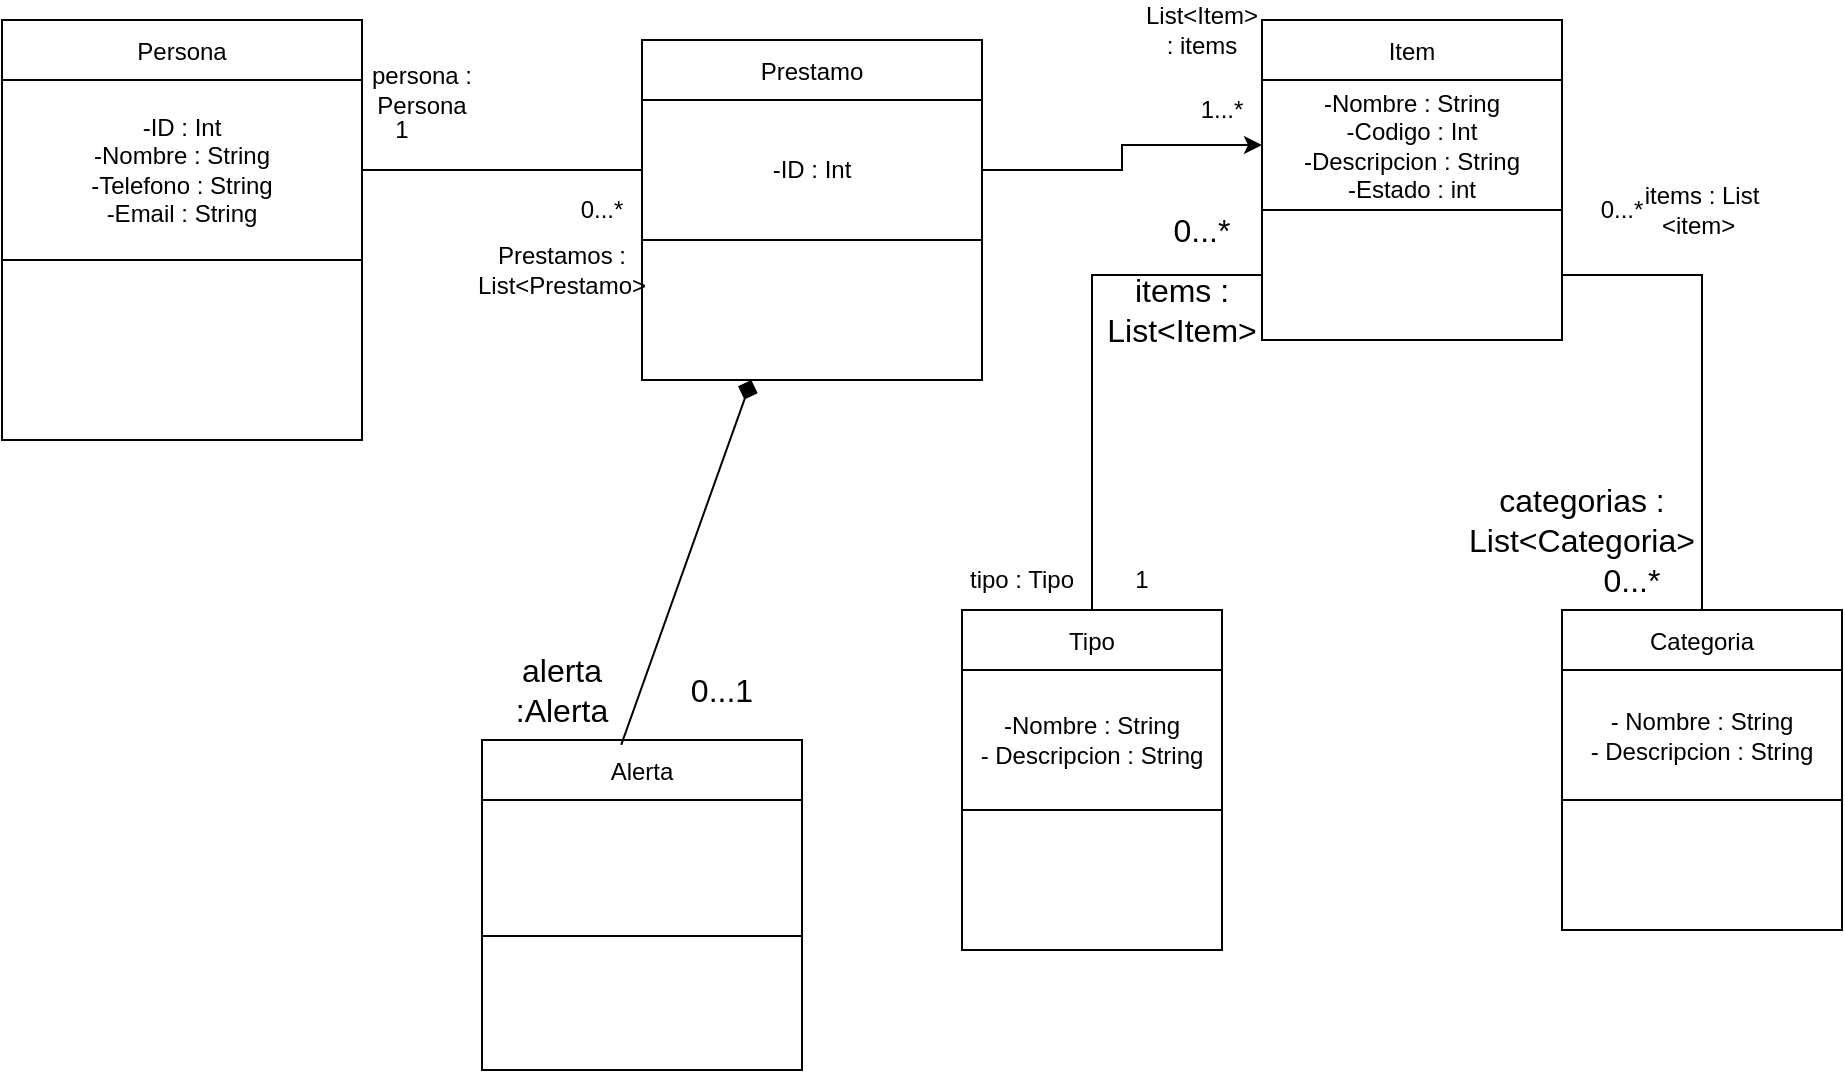
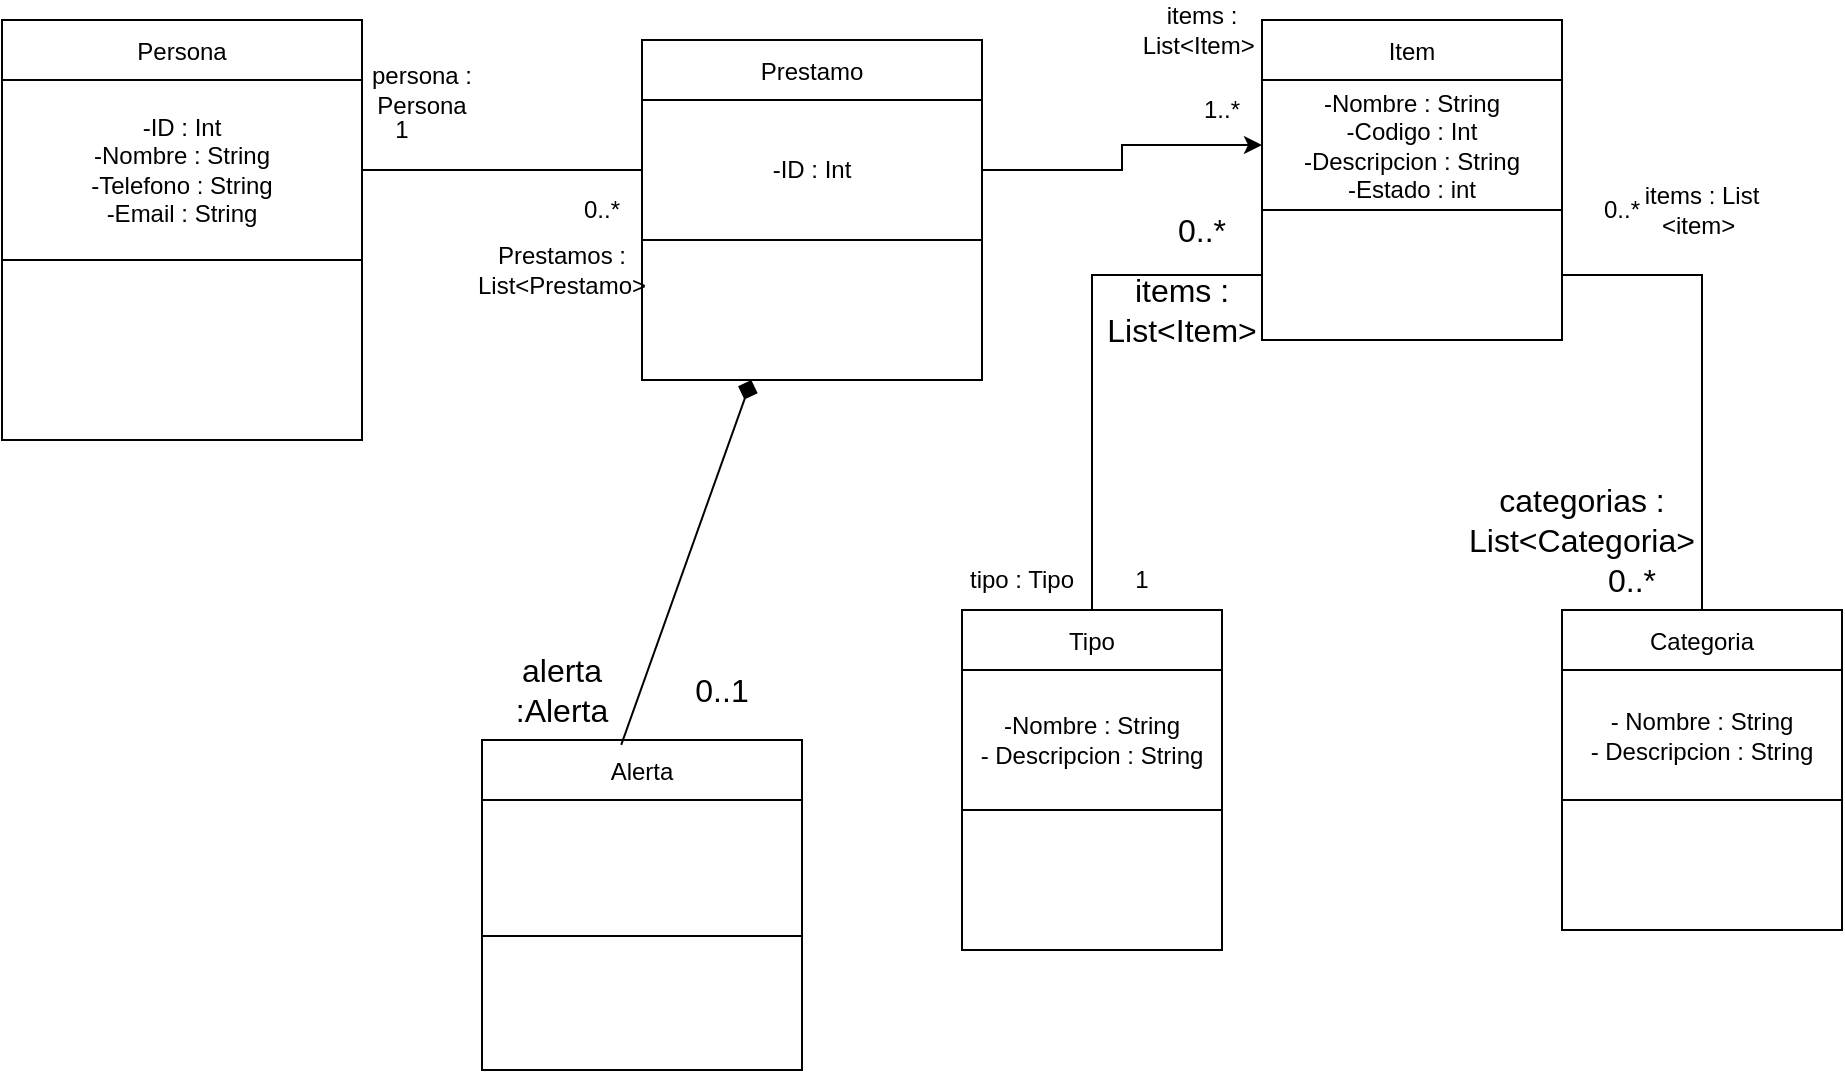
<mxfile host="app.diagrams.net">
  <diagram name="Página-1" id="gEKF-afSuJBGgSwqPxjD">
-     <mxGraphModel dx="1159" dy="699" grid="1" gridSize="10" guides="1" tooltips="1" connect="1" arrows="1" fold="1" page="1" pageScale="1" pageWidth="827" pageHeight="1169" math="0" shadow="0">
+     <mxGraphModel dx="419" dy="253" grid="1" gridSize="10" guides="1" tooltips="1" connect="1" arrows="1" fold="1" page="1" pageScale="1" pageWidth="827" pageHeight="1169" math="0" shadow="0">
      <root>
        <mxCell id="0" />
        <mxCell id="1" parent="0" />
        <mxCell id="4vyR8nRWui6VSePEdvpd-1" parent="1" style="shape=table;startSize=30;container=1;collapsible=0;childLayout=tableLayout;fixedHeader=1;" value="Item" vertex="1">
          <mxGeometry height="160" width="150" x="650" y="40" as="geometry" />
        </mxCell>
        <mxCell id="4vyR8nRWui6VSePEdvpd-2" parent="4vyR8nRWui6VSePEdvpd-1" style="shape=tableRow;horizontal=0;startSize=0;swimlaneHead=0;swimlaneBody=0;strokeColor=inherit;top=0;left=0;bottom=0;right=0;collapsible=0;dropTarget=0;fillColor=none;points=[[0,0.5],[1,0.5]];portConstraint=eastwest;fixedHeader=1;" value="" vertex="1">
          <mxGeometry height="65" width="150" y="30" as="geometry" />
        </mxCell>
        <mxCell id="4vyR8nRWui6VSePEdvpd-3" parent="4vyR8nRWui6VSePEdvpd-2" style="shape=partialRectangle;html=1;whiteSpace=wrap;connectable=0;strokeColor=inherit;overflow=hidden;fillColor=none;top=0;left=0;bottom=0;right=0;pointerEvents=1;" value="-Nombre : String&lt;div&gt;-Codigo : Int&lt;/div&gt;&lt;div&gt;-Descripcion : String&lt;br&gt;-Estado : int&lt;/div&gt;" vertex="1">
          <mxGeometry height="65" width="150" as="geometry">
            <mxRectangle height="65" width="150" as="alternateBounds" />
          </mxGeometry>
        </mxCell>
        <mxCell id="4vyR8nRWui6VSePEdvpd-4" parent="4vyR8nRWui6VSePEdvpd-1" style="shape=tableRow;horizontal=0;startSize=0;swimlaneHead=0;swimlaneBody=0;strokeColor=inherit;top=0;left=0;bottom=0;right=0;collapsible=0;dropTarget=0;fillColor=none;points=[[0,0.5],[1,0.5]];portConstraint=eastwest;fixedHeader=1;" value="" vertex="1">
          <mxGeometry height="65" width="150" y="95" as="geometry" />
        </mxCell>
        <mxCell id="4vyR8nRWui6VSePEdvpd-5" parent="4vyR8nRWui6VSePEdvpd-4" style="shape=partialRectangle;html=1;whiteSpace=wrap;connectable=0;strokeColor=inherit;overflow=hidden;fillColor=none;top=0;left=0;bottom=0;right=0;pointerEvents=1;" value="" vertex="1">
          <mxGeometry height="65" width="150" as="geometry">
            <mxRectangle height="65" width="150" as="alternateBounds" />
          </mxGeometry>
        </mxCell>
        <mxCell id="4vyR8nRWui6VSePEdvpd-6" parent="1" style="shape=table;startSize=30;container=1;collapsible=0;childLayout=tableLayout;fixedHeader=1;" value="Persona" vertex="1">
          <mxGeometry height="210" width="180" x="20" y="40" as="geometry" />
        </mxCell>
        <mxCell id="4vyR8nRWui6VSePEdvpd-7" parent="4vyR8nRWui6VSePEdvpd-6" style="shape=tableRow;horizontal=0;startSize=0;swimlaneHead=0;swimlaneBody=0;strokeColor=inherit;top=0;left=0;bottom=0;right=0;collapsible=0;dropTarget=0;fillColor=none;points=[[0,0.5],[1,0.5]];portConstraint=eastwest;fixedHeader=1;" value="" vertex="1">
          <mxGeometry height="90" width="180" y="30" as="geometry" />
        </mxCell>
        <mxCell id="4vyR8nRWui6VSePEdvpd-8" parent="4vyR8nRWui6VSePEdvpd-7" style="shape=partialRectangle;html=1;whiteSpace=wrap;connectable=0;strokeColor=inherit;overflow=hidden;fillColor=none;top=0;left=0;bottom=0;right=0;pointerEvents=1;" value="-ID : Int&lt;div&gt;-Nombre : String&lt;br&gt;-Telefono : String&lt;br&gt;-Email : String&lt;/div&gt;" vertex="1">
          <mxGeometry height="90" width="180" as="geometry">
            <mxRectangle height="90" width="180" as="alternateBounds" />
          </mxGeometry>
        </mxCell>
        <mxCell id="4vyR8nRWui6VSePEdvpd-9" parent="4vyR8nRWui6VSePEdvpd-6" style="shape=tableRow;horizontal=0;startSize=0;swimlaneHead=0;swimlaneBody=0;strokeColor=inherit;top=0;left=0;bottom=0;right=0;collapsible=0;dropTarget=0;fillColor=none;points=[[0,0.5],[1,0.5]];portConstraint=eastwest;fixedHeader=1;" value="" vertex="1">
          <mxGeometry height="90" width="180" y="120" as="geometry" />
        </mxCell>
        <mxCell id="4vyR8nRWui6VSePEdvpd-10" parent="4vyR8nRWui6VSePEdvpd-9" style="shape=partialRectangle;html=1;whiteSpace=wrap;connectable=0;strokeColor=inherit;overflow=hidden;fillColor=none;top=0;left=0;bottom=0;right=0;pointerEvents=1;" value="" vertex="1">
          <mxGeometry height="90" width="180" as="geometry">
            <mxRectangle height="90" width="180" as="alternateBounds" />
          </mxGeometry>
        </mxCell>
        <mxCell id="4vyR8nRWui6VSePEdvpd-11" parent="1" style="shape=table;startSize=30;container=1;collapsible=0;childLayout=tableLayout;fixedHeader=1;" value="Tipo" vertex="1">
          <mxGeometry height="170" width="130" x="500" y="335" as="geometry" />
        </mxCell>
        <mxCell id="4vyR8nRWui6VSePEdvpd-12" parent="4vyR8nRWui6VSePEdvpd-11" style="shape=tableRow;horizontal=0;startSize=0;swimlaneHead=0;swimlaneBody=0;strokeColor=inherit;top=0;left=0;bottom=0;right=0;collapsible=0;dropTarget=0;fillColor=none;points=[[0,0.5],[1,0.5]];portConstraint=eastwest;fixedHeader=1;" value="" vertex="1">
          <mxGeometry height="70" width="130" y="30" as="geometry" />
        </mxCell>
        <mxCell id="4vyR8nRWui6VSePEdvpd-13" parent="4vyR8nRWui6VSePEdvpd-12" style="shape=partialRectangle;html=1;whiteSpace=wrap;connectable=0;strokeColor=inherit;overflow=hidden;fillColor=none;top=0;left=0;bottom=0;right=0;pointerEvents=1;" value="-Nombre : String&lt;br&gt;- Descripcion : String" vertex="1">
          <mxGeometry height="70" width="130" as="geometry">
            <mxRectangle height="70" width="130" as="alternateBounds" />
          </mxGeometry>
        </mxCell>
        <mxCell id="4vyR8nRWui6VSePEdvpd-14" parent="4vyR8nRWui6VSePEdvpd-11" style="shape=tableRow;horizontal=0;startSize=0;swimlaneHead=0;swimlaneBody=0;strokeColor=inherit;top=0;left=0;bottom=0;right=0;collapsible=0;dropTarget=0;fillColor=none;points=[[0,0.5],[1,0.5]];portConstraint=eastwest;fixedHeader=1;" value="" vertex="1">
          <mxGeometry height="70" width="130" y="100" as="geometry" />
        </mxCell>
        <mxCell id="4vyR8nRWui6VSePEdvpd-15" parent="4vyR8nRWui6VSePEdvpd-14" style="shape=partialRectangle;html=1;whiteSpace=wrap;connectable=0;strokeColor=inherit;overflow=hidden;fillColor=none;top=0;left=0;bottom=0;right=0;pointerEvents=1;" value="" vertex="1">
          <mxGeometry height="70" width="130" as="geometry">
            <mxRectangle height="70" width="130" as="alternateBounds" />
          </mxGeometry>
        </mxCell>
        <mxCell id="yxXcuck7RKNR2Met1NWS-10" edge="1" parent="1" source="4vyR8nRWui6VSePEdvpd-16" style="edgeStyle=orthogonalEdgeStyle;rounded=0;orthogonalLoop=1;jettySize=auto;html=1;entryX=1;entryY=0.5;entryDx=0;entryDy=0;endArrow=none;endFill=0;" target="4vyR8nRWui6VSePEdvpd-4">
          <mxGeometry relative="1" as="geometry">
            <mxPoint x="730" y="210" as="targetPoint" />
          </mxGeometry>
        </mxCell>
        <mxCell id="4vyR8nRWui6VSePEdvpd-16" parent="1" style="shape=table;startSize=30;container=1;collapsible=0;childLayout=tableLayout;fixedHeader=1;" value="Categoria" vertex="1">
          <mxGeometry height="160" width="140" x="800" y="335" as="geometry" />
        </mxCell>
        <mxCell id="4vyR8nRWui6VSePEdvpd-17" parent="4vyR8nRWui6VSePEdvpd-16" style="shape=tableRow;horizontal=0;startSize=0;swimlaneHead=0;swimlaneBody=0;strokeColor=inherit;top=0;left=0;bottom=0;right=0;collapsible=0;dropTarget=0;fillColor=none;points=[[0,0.5],[1,0.5]];portConstraint=eastwest;fixedHeader=1;" value="" vertex="1">
          <mxGeometry height="65" width="140" y="30" as="geometry" />
        </mxCell>
        <mxCell id="4vyR8nRWui6VSePEdvpd-18" parent="4vyR8nRWui6VSePEdvpd-17" style="shape=partialRectangle;html=1;whiteSpace=wrap;connectable=0;strokeColor=inherit;overflow=hidden;fillColor=none;top=0;left=0;bottom=0;right=0;pointerEvents=1;" value="- Nombre : String&lt;br&gt;- Descripcion : String" vertex="1">
          <mxGeometry height="65" width="140" as="geometry">
            <mxRectangle height="65" width="140" as="alternateBounds" />
          </mxGeometry>
        </mxCell>
        <mxCell id="4vyR8nRWui6VSePEdvpd-19" parent="4vyR8nRWui6VSePEdvpd-16" style="shape=tableRow;horizontal=0;startSize=0;swimlaneHead=0;swimlaneBody=0;strokeColor=inherit;top=0;left=0;bottom=0;right=0;collapsible=0;dropTarget=0;fillColor=none;points=[[0,0.5],[1,0.5]];portConstraint=eastwest;fixedHeader=1;" value="" vertex="1">
          <mxGeometry height="65" width="140" y="95" as="geometry" />
        </mxCell>
        <mxCell id="4vyR8nRWui6VSePEdvpd-20" parent="4vyR8nRWui6VSePEdvpd-19" style="shape=partialRectangle;html=1;whiteSpace=wrap;connectable=0;strokeColor=inherit;overflow=hidden;fillColor=none;top=0;left=0;bottom=0;right=0;pointerEvents=1;" value="" vertex="1">
          <mxGeometry height="65" width="140" as="geometry">
            <mxRectangle height="65" width="140" as="alternateBounds" />
          </mxGeometry>
        </mxCell>
        <mxCell id="4vyR8nRWui6VSePEdvpd-21" parent="1" style="shape=table;startSize=30;container=1;collapsible=0;childLayout=tableLayout;fixedHeader=1;" value="Prestamo" vertex="1">
          <mxGeometry height="170" width="170" x="340" y="50" as="geometry" />
        </mxCell>
        <mxCell id="4vyR8nRWui6VSePEdvpd-22" parent="4vyR8nRWui6VSePEdvpd-21" style="shape=tableRow;horizontal=0;startSize=0;swimlaneHead=0;swimlaneBody=0;strokeColor=inherit;top=0;left=0;bottom=0;right=0;collapsible=0;dropTarget=0;fillColor=none;points=[[0,0.5],[1,0.5]];portConstraint=eastwest;fixedHeader=1;" value="" vertex="1">
          <mxGeometry height="70" width="170" y="30" as="geometry" />
        </mxCell>
        <mxCell id="4vyR8nRWui6VSePEdvpd-23" parent="4vyR8nRWui6VSePEdvpd-22" style="shape=partialRectangle;html=1;whiteSpace=wrap;connectable=0;strokeColor=inherit;overflow=hidden;fillColor=none;top=0;left=0;bottom=0;right=0;pointerEvents=1;" value="-ID : Int" vertex="1">
          <mxGeometry height="70" width="170" as="geometry">
            <mxRectangle height="70" width="170" as="alternateBounds" />
          </mxGeometry>
        </mxCell>
        <mxCell id="4vyR8nRWui6VSePEdvpd-24" parent="4vyR8nRWui6VSePEdvpd-21" style="shape=tableRow;horizontal=0;startSize=0;swimlaneHead=0;swimlaneBody=0;strokeColor=inherit;top=0;left=0;bottom=0;right=0;collapsible=0;dropTarget=0;fillColor=none;points=[[0,0.5],[1,0.5]];portConstraint=eastwest;fixedHeader=1;" value="" vertex="1">
          <mxGeometry height="70" width="170" y="100" as="geometry" />
        </mxCell>
        <mxCell id="4vyR8nRWui6VSePEdvpd-25" parent="4vyR8nRWui6VSePEdvpd-24" style="shape=partialRectangle;html=1;whiteSpace=wrap;connectable=0;strokeColor=inherit;overflow=hidden;fillColor=none;top=0;left=0;bottom=0;right=0;pointerEvents=1;" value="" vertex="1">
          <mxGeometry height="70" width="170" as="geometry">
            <mxRectangle height="70" width="170" as="alternateBounds" />
          </mxGeometry>
        </mxCell>
        <mxCell id="yxXcuck7RKNR2Met1NWS-1" edge="1" parent="1" source="4vyR8nRWui6VSePEdvpd-22" style="edgeStyle=orthogonalEdgeStyle;rounded=0;orthogonalLoop=1;jettySize=auto;html=1;entryX=1;entryY=0.5;entryDx=0;entryDy=0;startArrow=none;startFill=0;endArrow=none;endFill=0;" target="4vyR8nRWui6VSePEdvpd-7">
          <mxGeometry relative="1" as="geometry" />
        </mxCell>
        <mxCell id="yxXcuck7RKNR2Met1NWS-2" parent="1" style="text;html=1;whiteSpace=wrap;strokeColor=none;fillColor=none;align=center;verticalAlign=middle;rounded=0;" value="persona : Persona" vertex="1">
          <mxGeometry height="30" width="60" x="200" y="60" as="geometry" />
        </mxCell>
        <mxCell id="yxXcuck7RKNR2Met1NWS-3" parent="1" style="text;html=1;whiteSpace=wrap;strokeColor=none;fillColor=none;align=center;verticalAlign=middle;rounded=0;" value="1" vertex="1">
          <mxGeometry height="30" width="60" x="190" y="80" as="geometry" />
        </mxCell>
        <mxCell id="yxXcuck7RKNR2Met1NWS-4" parent="1" style="text;html=1;whiteSpace=wrap;strokeColor=none;fillColor=none;align=center;verticalAlign=middle;rounded=0;" value="Prestamos : List&amp;lt;Prestamo&amp;gt;" vertex="1">
          <mxGeometry height="30" width="60" x="270" y="150" as="geometry" />
        </mxCell>
-         <mxCell id="yxXcuck7RKNR2Met1NWS-5" parent="1" style="text;html=1;whiteSpace=wrap;strokeColor=none;fillColor=none;align=center;verticalAlign=middle;rounded=0;" value="0...*" vertex="1">
+         <mxCell id="yxXcuck7RKNR2Met1NWS-5" parent="1" style="text;html=1;whiteSpace=wrap;strokeColor=none;fillColor=none;align=center;verticalAlign=middle;rounded=0;" value="0..*" vertex="1">
          <mxGeometry height="30" width="60" x="290" y="120" as="geometry" />
        </mxCell>
        <mxCell id="yxXcuck7RKNR2Met1NWS-6" edge="1" parent="1" source="4vyR8nRWui6VSePEdvpd-22" style="edgeStyle=orthogonalEdgeStyle;rounded=0;orthogonalLoop=1;jettySize=auto;html=1;" target="4vyR8nRWui6VSePEdvpd-2">
          <mxGeometry relative="1" as="geometry" />
        </mxCell>
-         <mxCell id="yxXcuck7RKNR2Met1NWS-7" parent="1" style="text;html=1;whiteSpace=wrap;strokeColor=none;fillColor=none;align=center;verticalAlign=middle;rounded=0;" value="List&amp;lt;Item&amp;gt; : items" vertex="1">
+         <mxCell id="yxXcuck7RKNR2Met1NWS-7" parent="1" style="text;html=1;whiteSpace=wrap;strokeColor=none;fillColor=none;align=center;verticalAlign=middle;rounded=0;" value="items : List&amp;lt;Item&amp;gt;&amp;nbsp;" vertex="1">
          <mxGeometry height="30" width="60" x="590" y="30" as="geometry" />
        </mxCell>
-         <mxCell id="yxXcuck7RKNR2Met1NWS-8" parent="1" style="text;html=1;whiteSpace=wrap;strokeColor=none;fillColor=none;align=center;verticalAlign=middle;rounded=0;" value="1...*" vertex="1">
+         <mxCell id="yxXcuck7RKNR2Met1NWS-8" parent="1" style="text;html=1;whiteSpace=wrap;strokeColor=none;fillColor=none;align=center;verticalAlign=middle;rounded=0;" value="1..*" vertex="1">
          <mxGeometry height="30" width="60" x="600" y="70" as="geometry" />
        </mxCell>
        <mxCell id="yxXcuck7RKNR2Met1NWS-9" edge="1" parent="1" source="4vyR8nRWui6VSePEdvpd-4" style="edgeStyle=orthogonalEdgeStyle;rounded=0;orthogonalLoop=1;jettySize=auto;html=1;entryX=0.5;entryY=0;entryDx=0;entryDy=0;endArrow=none;endFill=0;" target="4vyR8nRWui6VSePEdvpd-11">
          <mxGeometry relative="1" as="geometry" />
        </mxCell>
        <mxCell id="yxXcuck7RKNR2Met1NWS-11" parent="1" style="text;html=1;whiteSpace=wrap;strokeColor=none;fillColor=none;align=center;verticalAlign=middle;rounded=0;" value="tipo : Tipo" vertex="1">
          <mxGeometry height="30" width="60" x="500" y="305" as="geometry" />
        </mxCell>
        <mxCell id="yxXcuck7RKNR2Met1NWS-12" parent="1" style="text;html=1;whiteSpace=wrap;strokeColor=none;fillColor=none;align=center;verticalAlign=middle;rounded=0;" value="1" vertex="1">
          <mxGeometry height="30" width="60" x="560" y="305" as="geometry" />
        </mxCell>
        <mxCell id="yxXcuck7RKNR2Met1NWS-13" parent="1" style="text;html=1;whiteSpace=wrap;strokeColor=none;fillColor=none;align=center;verticalAlign=middle;rounded=0;" value="&lt;span style=&quot;background-color: transparent; color: light-dark(rgb(0, 0, 0), rgb(255, 255, 255));&quot;&gt;items :&amp;nbsp;&lt;/span&gt;List &amp;lt;item&lt;span style=&quot;color: light-dark(rgb(0, 0, 0), rgb(255, 255, 255)); background-color: transparent;&quot;&gt;&amp;gt;&amp;nbsp;&lt;/span&gt;" vertex="1">
          <mxGeometry height="30" width="60" x="840" y="120" as="geometry" />
        </mxCell>
-         <mxCell id="yxXcuck7RKNR2Met1NWS-14" parent="1" style="text;html=1;whiteSpace=wrap;strokeColor=none;fillColor=none;align=center;verticalAlign=middle;rounded=0;" value="0...*" vertex="1">
+         <mxCell id="yxXcuck7RKNR2Met1NWS-14" parent="1" style="text;html=1;whiteSpace=wrap;strokeColor=none;fillColor=none;align=center;verticalAlign=middle;rounded=0;" value="0..*" vertex="1">
          <mxGeometry height="30" width="60" x="800" y="120" as="geometry" />
        </mxCell>
        <mxCell id="rHPK8QVkW1MpjsA3PCO0-1" parent="1" style="text;html=1;whiteSpace=wrap;strokeColor=none;fillColor=none;align=center;verticalAlign=middle;rounded=0;fontSize=16;" value="categorias : List&amp;lt;Categoria&amp;gt;" vertex="1">
          <mxGeometry height="60" width="100" x="760" y="260" as="geometry" />
        </mxCell>
-         <mxCell id="rHPK8QVkW1MpjsA3PCO0-2" parent="1" style="text;html=1;whiteSpace=wrap;strokeColor=none;fillColor=none;align=center;verticalAlign=middle;rounded=0;fontSize=16;" value="0...*" vertex="1">
+         <mxCell id="rHPK8QVkW1MpjsA3PCO0-2" parent="1" style="text;html=1;whiteSpace=wrap;strokeColor=none;fillColor=none;align=center;verticalAlign=middle;rounded=0;fontSize=16;" value="0..*" vertex="1">
          <mxGeometry height="30" width="70" x="800" y="305" as="geometry" />
        </mxCell>
        <mxCell id="rHPK8QVkW1MpjsA3PCO0-3" parent="1" style="text;html=1;whiteSpace=wrap;strokeColor=none;fillColor=none;align=center;verticalAlign=middle;rounded=0;fontSize=16;" value="items : List&amp;lt;Item&amp;gt;" vertex="1">
          <mxGeometry height="30" width="60" x="580" y="170" as="geometry" />
        </mxCell>
-         <mxCell id="rHPK8QVkW1MpjsA3PCO0-4" parent="1" style="text;html=1;whiteSpace=wrap;strokeColor=none;fillColor=none;align=center;verticalAlign=middle;rounded=0;fontSize=16;" value="0...*" vertex="1">
+         <mxCell id="rHPK8QVkW1MpjsA3PCO0-4" parent="1" style="text;html=1;whiteSpace=wrap;strokeColor=none;fillColor=none;align=center;verticalAlign=middle;rounded=0;fontSize=16;" value="0..*" vertex="1">
          <mxGeometry height="30" width="60" x="590" y="130" as="geometry" />
        </mxCell>
        <mxCell id="rHPK8QVkW1MpjsA3PCO0-5" parent="1" style="shape=table;startSize=30;container=1;collapsible=0;childLayout=tableLayout;fixedHeader=1;" value="Alerta" vertex="1">
          <mxGeometry height="165" width="160" x="260" y="400" as="geometry" />
        </mxCell>
        <mxCell id="rHPK8QVkW1MpjsA3PCO0-6" parent="rHPK8QVkW1MpjsA3PCO0-5" style="shape=tableRow;horizontal=0;startSize=0;swimlaneHead=0;swimlaneBody=0;strokeColor=inherit;top=0;left=0;bottom=0;right=0;collapsible=0;dropTarget=0;fillColor=none;points=[[0,0.5],[1,0.5]];portConstraint=eastwest;fixedHeader=1;" value="" vertex="1">
          <mxGeometry height="68" width="160" y="30" as="geometry" />
        </mxCell>
        <mxCell id="rHPK8QVkW1MpjsA3PCO0-7" parent="rHPK8QVkW1MpjsA3PCO0-6" style="shape=partialRectangle;html=1;whiteSpace=wrap;connectable=0;strokeColor=inherit;overflow=hidden;fillColor=none;top=0;left=0;bottom=0;right=0;pointerEvents=1;" value="" vertex="1">
          <mxGeometry height="68" width="160" as="geometry">
            <mxRectangle height="68" width="160" as="alternateBounds" />
          </mxGeometry>
        </mxCell>
        <mxCell id="rHPK8QVkW1MpjsA3PCO0-8" parent="rHPK8QVkW1MpjsA3PCO0-5" style="shape=tableRow;horizontal=0;startSize=0;swimlaneHead=0;swimlaneBody=0;strokeColor=inherit;top=0;left=0;bottom=0;right=0;collapsible=0;dropTarget=0;fillColor=none;points=[[0,0.5],[1,0.5]];portConstraint=eastwest;fixedHeader=1;" value="" vertex="1">
          <mxGeometry height="67" width="160" y="98" as="geometry" />
        </mxCell>
        <mxCell id="rHPK8QVkW1MpjsA3PCO0-9" parent="rHPK8QVkW1MpjsA3PCO0-8" style="shape=partialRectangle;html=1;whiteSpace=wrap;connectable=0;strokeColor=inherit;overflow=hidden;fillColor=none;top=0;left=0;bottom=0;right=0;pointerEvents=1;" value="" vertex="1">
          <mxGeometry height="67" width="160" as="geometry">
            <mxRectangle height="67" width="160" as="alternateBounds" />
          </mxGeometry>
        </mxCell>
        <mxCell id="rHPK8QVkW1MpjsA3PCO0-10" edge="1" parent="1" source="4vyR8nRWui6VSePEdvpd-21" style="edgeStyle=none;curved=1;rounded=0;orthogonalLoop=1;jettySize=auto;html=1;fontSize=12;startSize=8;endSize=8;entryX=0.435;entryY=0.015;entryDx=0;entryDy=0;entryPerimeter=0;endArrow=none;endFill=0;startArrow=diamond;startFill=1;" target="rHPK8QVkW1MpjsA3PCO0-5">
          <mxGeometry relative="1" as="geometry">
            <mxPoint x="390" y="400" as="targetPoint" />
          </mxGeometry>
        </mxCell>
        <mxCell id="rHPK8QVkW1MpjsA3PCO0-11" parent="1" style="text;html=1;whiteSpace=wrap;strokeColor=none;fillColor=none;align=center;verticalAlign=middle;rounded=0;fontSize=16;" value="alerta :Alerta" vertex="1">
          <mxGeometry height="30" width="60" x="270" y="360" as="geometry" />
        </mxCell>
-         <mxCell id="rHPK8QVkW1MpjsA3PCO0-12" parent="1" style="text;html=1;whiteSpace=wrap;strokeColor=none;fillColor=none;align=center;verticalAlign=middle;rounded=0;fontSize=16;" value="0...1" vertex="1">
+         <mxCell id="rHPK8QVkW1MpjsA3PCO0-12" parent="1" style="text;html=1;whiteSpace=wrap;strokeColor=none;fillColor=none;align=center;verticalAlign=middle;rounded=0;fontSize=16;" value="0..1" vertex="1">
          <mxGeometry height="30" width="60" x="350" y="360" as="geometry" />
        </mxCell>
      </root>
    </mxGraphModel>
  </diagram>
</mxfile>
